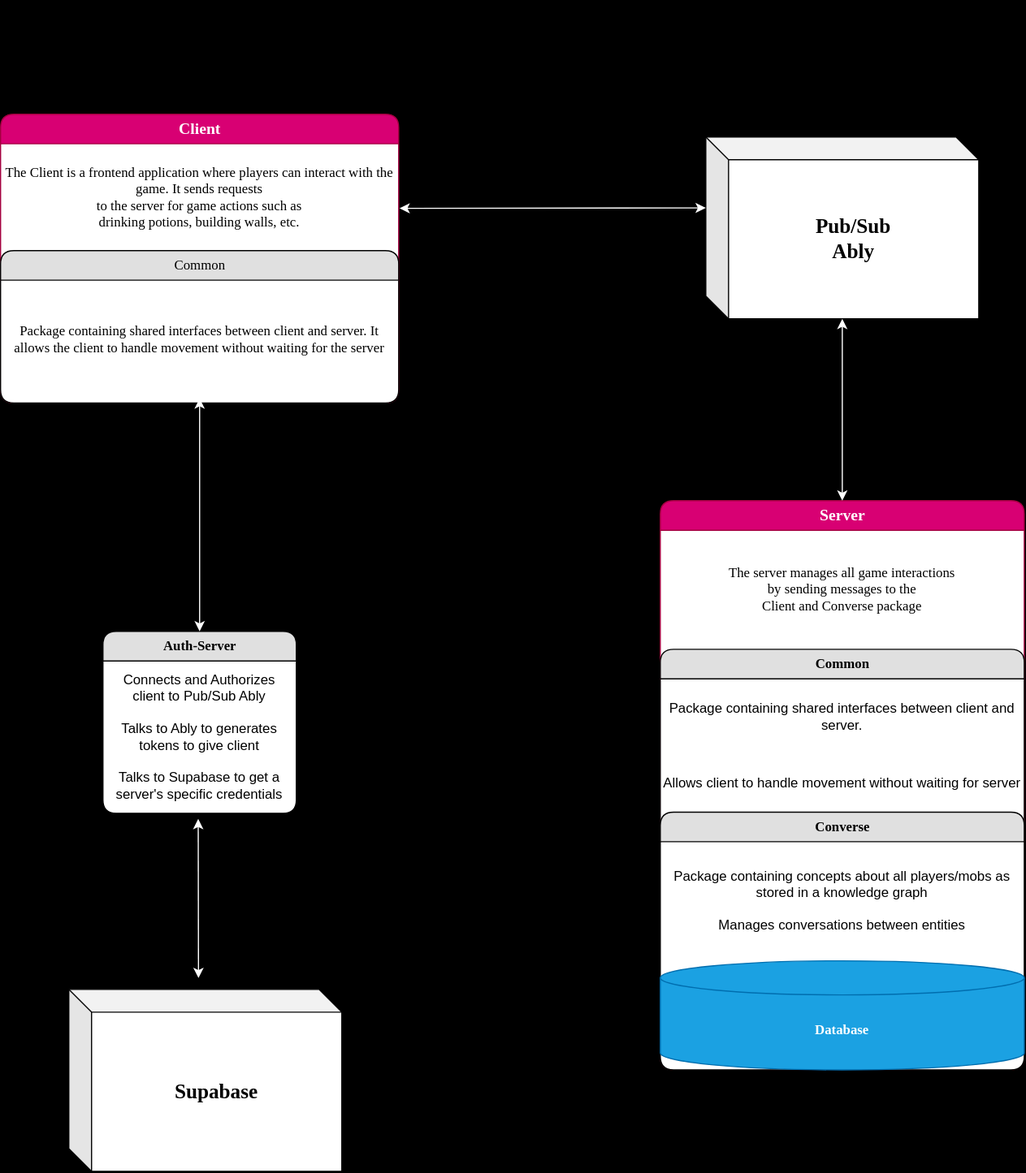
Above: diagrams/systemArch.drawio.svg in sloalchemist/potions (draw.io), before the change. Source tidied: cells renumbered, new cells last; positions are measured from the earlier drawing's top-left corner, leaving out a move shared by most shapes.
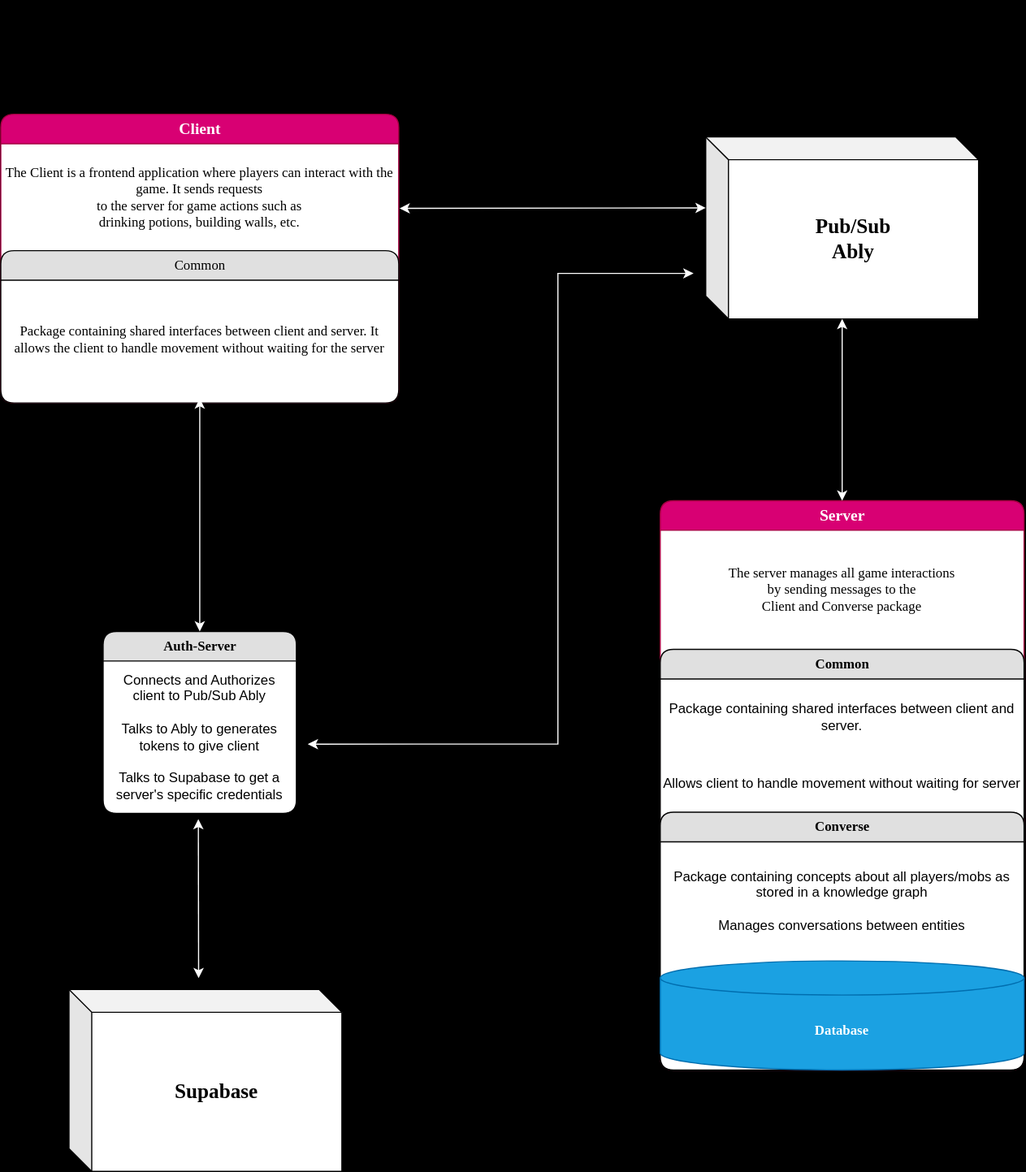
After the change.

Commit message:
doc: fix arrow errors again

Change to the diagram source:
```diff
@@ -74,15 +74,15 @@
         <mxPoint x="173.8" y="720" as="targetPoint" />
       </mxGeometry>
     </mxCell>
-    <mxCell id="25" style="edgeStyle=orthogonalEdgeStyle;html=1;labelBackgroundColor=none;startFill=1;endFill=1;fontFamily=Verdana;fontSize=12;entryX=0;entryY=0.5;entryDx=0;entryDy=0;entryPerimeter=0;endArrow=classic;startArrow=classic;exitX=1.003;exitY=0.42;exitDx=0;exitDy=0;exitPerimeter=0;" parent="1" edge="1">
-      <mxGeometry relative="1" as="geometry">
-        <mxPoint x="260" y="647.3" as="sourcePoint" />
-        <mxPoint x="619.5" y="210" as="targetPoint" />
-        <Array as="points">
-          <mxPoint x="439.5" y="647" />
-          <mxPoint x="439.5" y="210" />
-        </Array>
-      </mxGeometry>
-    </mxCell>
+    <mxCell id="26" style="endArrow=classic;startArrow=classic;html=1;rounded=0;strokeColor=#FFFFFF;exitX=0;exitY=0.39;exitDx=0;exitDy=0;exitPerimeter=0;" parent="1" edge="1">
+      <mxGeometry relative="1" as="geometry">
+        <mxPoint x="609.3" y="240" as="sourcePoint" />
+        <mxPoint x="270" y="654.1" as="targetPoint" />
+        <Array as="points">
+          <mxPoint x="490" y="240" />
+          <mxPoint x="490" y="654" />
+        </Array>
+      </mxGeometry>
+    </mxCell>
   </root>
 </mxGraphModel>
```
